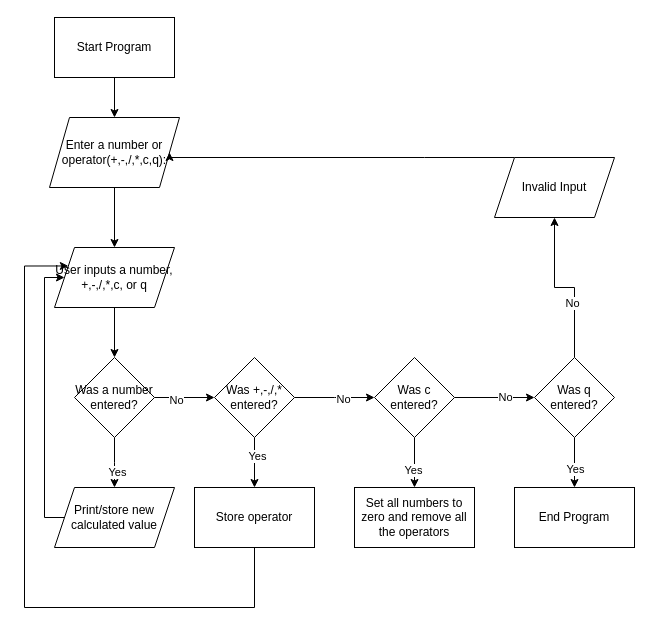
The draw.io diagram AdvLoops.drawio in ip1200-Wilson/First-repository, before the edit. Source tidied: cells renumbered, new cells numbered last; positions are measured from the earlier drawing's top-left corner, leaving out a move shared by most shapes. Both pictures are drawn from the tidied source at 100%, with x=0, y=0 at pixel (24, 17).
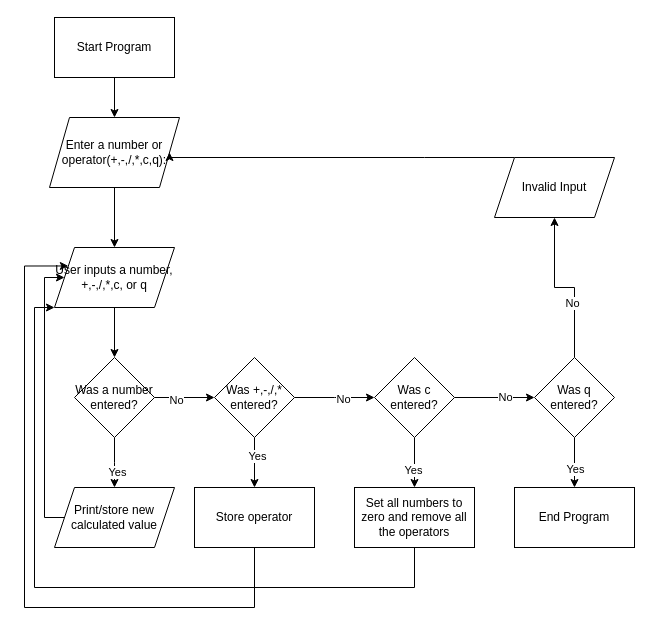
The same diagram, later.

Unchanged cells that the change refers to:
```xml
<mxCell id="7" value="User inputs a number, +,-,/,*,c, or q" style="shape=parallelogram;perimeter=parallelogramPerimeter;whiteSpace=wrap;html=1;fixedSize=1;" parent="1" vertex="1">
  <mxGeometry x="30" y="230" width="120" height="60" as="geometry" />
</mxCell>
<mxCell id="35" value="Set all numbers to zero and remove all the operators" style="whiteSpace=wrap;html=1;" parent="1" vertex="1">
  <mxGeometry x="330" y="470" width="120" height="60" as="geometry" />
</mxCell>
```

What changed in the source:
```diff
@@
+    <mxCell id="36" style="edgeStyle=orthogonalEdgeStyle;rounded=0;jettySize=auto;html=1;entryX=0;entryY=1;entryDx=0;entryDy=0;" parent="1" edge="1" source="35" target="7">
+      <mxGeometry relative="1" as="geometry">
+        <Array as="points">
+          <mxPoint x="390" y="570" />
+          <mxPoint x="10" y="570" />
+          <mxPoint x="10" y="290" />
+        </Array>
+      </mxGeometry>
+    </mxCell>
```
